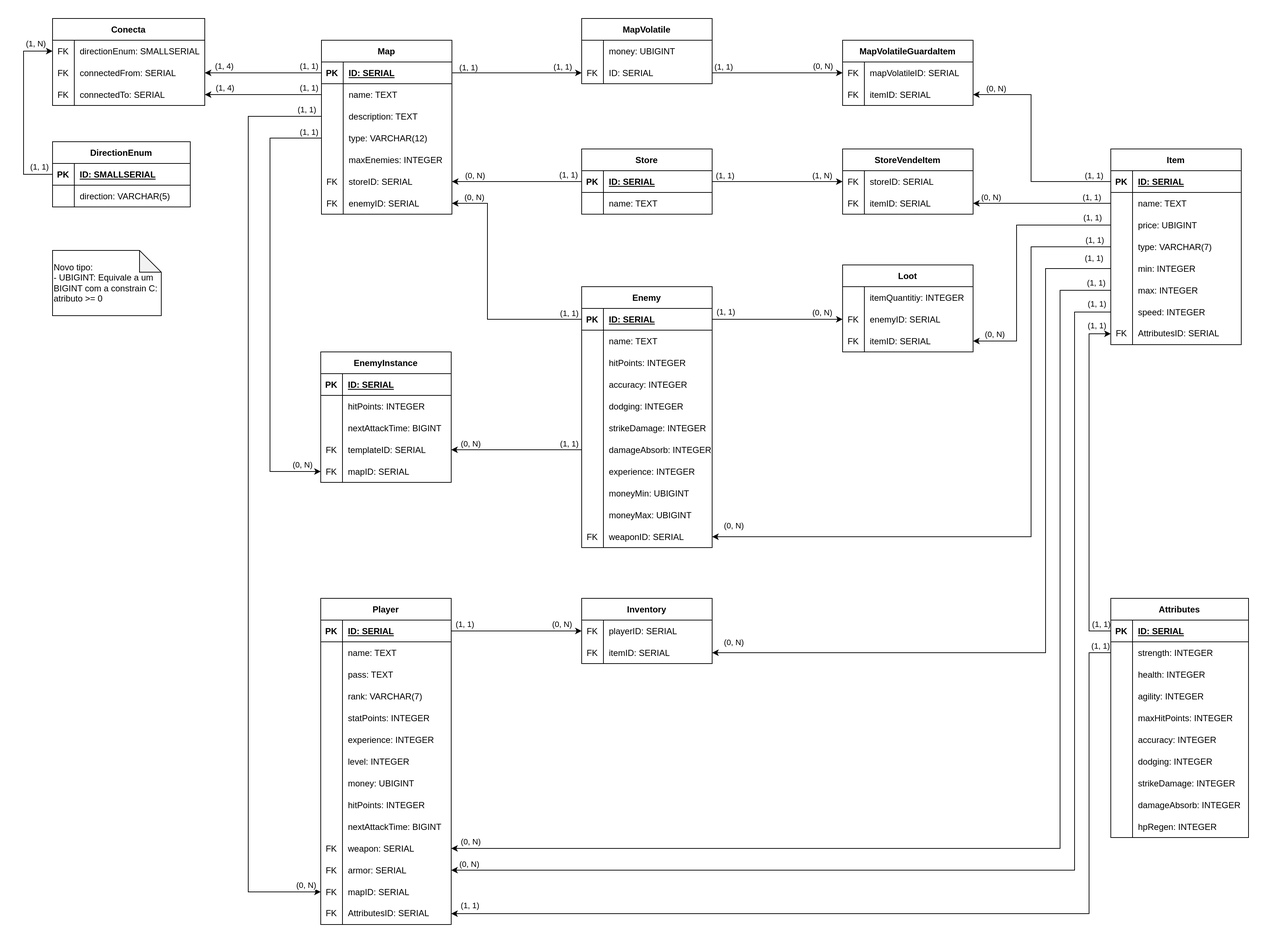
Earlier version of the draw.io export docs/Images/database/DL.png (UnMUD/UnMUD). Source tidied: cells renumbered, new cells last; positions are measured from the earlier drawing's top-left corner, leaving out a move shared by most shapes.
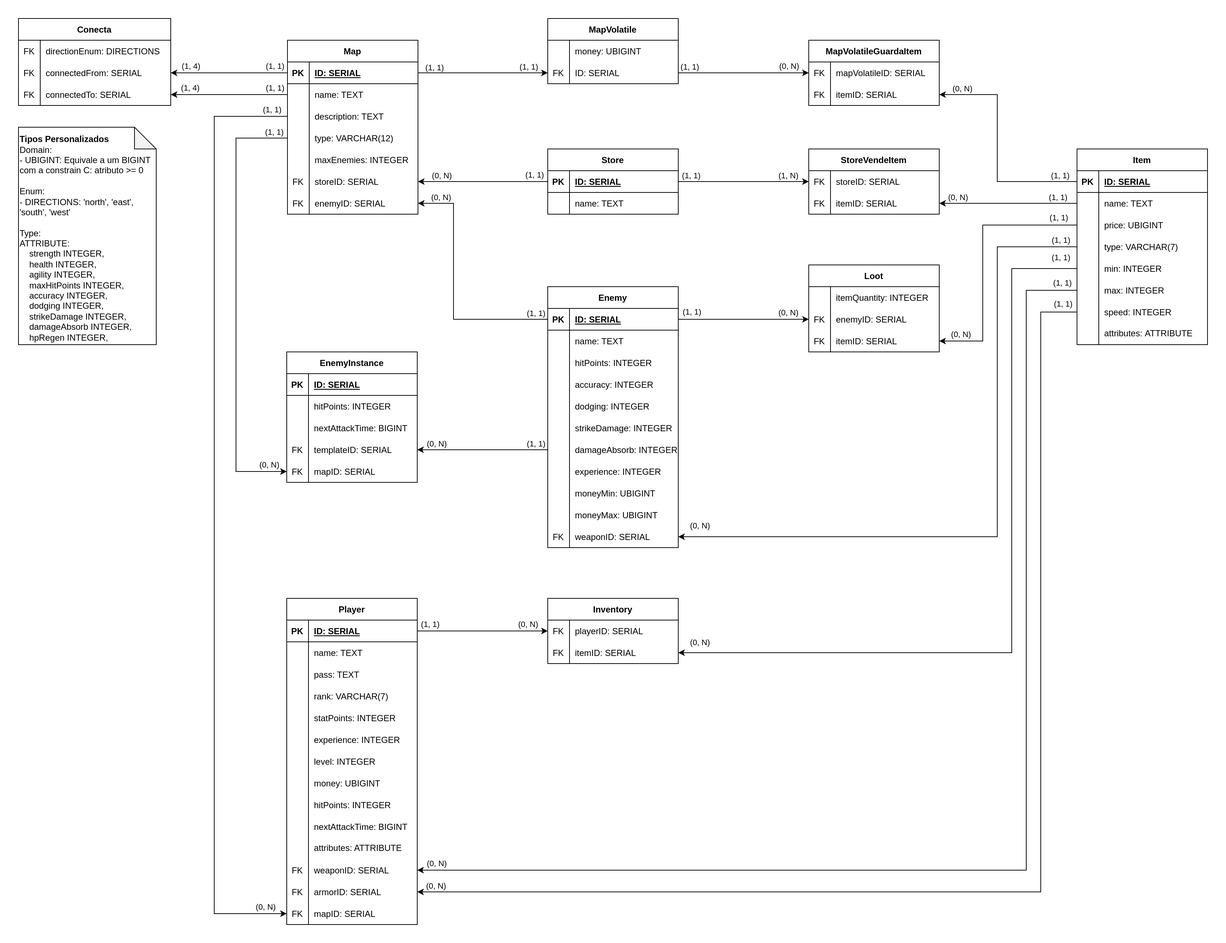
Above is the later version.

Commit message:
#34 - Atualizando DER e DL para adicionar Composite Type e Enum

Diff of the diagram source:
```diff
@@ -160,6 +160,6 @@
     </mxCell>
-    <mxCell id="54" value="FK" style="shape=partialRectangle;fillColor=none;top=0;left=0;bottom=0;right=0;fontStyle=0;overflow=hidden;whiteSpace=wrap;html=1;" parent="53" vertex="1">
+    <mxCell id="54" style="shape=partialRectangle;fillColor=none;top=0;left=0;bottom=0;right=0;fontStyle=0;overflow=hidden;whiteSpace=wrap;html=1;" parent="53" vertex="1">
       <mxGeometry width="30" height="30" as="geometry" />
     </mxCell>
-    <mxCell id="55" value="AttributesID:&amp;nbsp;SERIAL" style="shape=partialRectangle;fillColor=none;top=0;left=0;bottom=0;right=0;align=left;spacingLeft=6;fontStyle=0;overflow=hidden;whiteSpace=wrap;html=1;" parent="53" vertex="1">
+    <mxCell id="55" value="attributes:&amp;nbsp;ATTRIBUTE" style="shape=partialRectangle;fillColor=none;top=0;left=0;bottom=0;right=0;align=left;spacingLeft=6;fontStyle=0;overflow=hidden;whiteSpace=wrap;html=1;" parent="53" vertex="1">
       <mxGeometry x="30" width="150" height="30" as="geometry" />
@@ -325,3 +325,3 @@
     </mxCell>
-    <mxCell id="109" value="itemQuantitiy: INTEGER" style="shape=partialRectangle;fillColor=none;top=0;left=0;bottom=0;right=0;align=left;spacingLeft=6;overflow=hidden;" parent="107" vertex="1">
+    <mxCell id="109" value="itemQuantity: INTEGER" style="shape=partialRectangle;fillColor=none;top=0;left=0;bottom=0;right=0;align=left;spacingLeft=6;overflow=hidden;" parent="107" vertex="1">
       <mxGeometry x="30" width="150" height="30" as="geometry" />
@@ -439,4 +439,13 @@
     </mxCell>
+    <mxCell id="156" style="shape=tableRow;horizontal=0;startSize=0;swimlaneHead=0;swimlaneBody=0;fillColor=none;points=[[0,0.5],[1,0.5]];portConstraint=eastwest;top=0;left=0;right=0;bottom=0;" parent="116" vertex="1">
+      <mxGeometry y="330" width="180" height="30" as="geometry" />
+    </mxCell>
+    <mxCell id="157" style="shape=partialRectangle;fillColor=none;top=0;left=0;bottom=0;right=0;fontStyle=0;overflow=hidden;whiteSpace=wrap;html=1;" parent="156" vertex="1">
+      <mxGeometry width="30" height="30" as="geometry" />
+    </mxCell>
+    <mxCell id="158" value="attributes: ATTRIBUTE" style="shape=partialRectangle;fillColor=none;top=0;left=0;bottom=0;right=0;align=left;spacingLeft=6;fontStyle=0;overflow=hidden;whiteSpace=wrap;html=1;" parent="156" vertex="1">
+      <mxGeometry x="30" width="150" height="30" as="geometry" />
+    </mxCell>
     <mxCell id="147" style="shape=tableRow;horizontal=0;startSize=0;swimlaneHead=0;swimlaneBody=0;fillColor=none;points=[[0,0.5],[1,0.5]];portConstraint=eastwest;top=0;left=0;right=0;bottom=0;" parent="116" vertex="1">
-      <mxGeometry y="330" width="180" height="30" as="geometry" />
+      <mxGeometry y="360" width="180" height="30" as="geometry" />
     </mxCell>
@@ -445,3 +454,3 @@
     </mxCell>
-    <mxCell id="149" value="weapon: SERIAL" style="shape=partialRectangle;fillColor=none;top=0;left=0;bottom=0;right=0;align=left;spacingLeft=6;overflow=hidden;" parent="147" vertex="1">
+    <mxCell id="149" value="weaponID: SERIAL" style="shape=partialRectangle;fillColor=none;top=0;left=0;bottom=0;right=0;align=left;spacingLeft=6;overflow=hidden;" parent="147" vertex="1">
       <mxGeometry x="30" width="150" height="30" as="geometry" />
@@ -449,3 +458,3 @@
     <mxCell id="150" style="shape=tableRow;horizontal=0;startSize=0;swimlaneHead=0;swimlaneBody=0;fillColor=none;points=[[0,0.5],[1,0.5]];portConstraint=eastwest;top=0;left=0;right=0;bottom=0;" parent="116" vertex="1">
-      <mxGeometry y="360" width="180" height="30" as="geometry" />
+      <mxGeometry y="390" width="180" height="30" as="geometry" />
     </mxCell>
@@ -454,3 +463,3 @@
     </mxCell>
-    <mxCell id="152" value="armor: SERIAL" style="shape=partialRectangle;fillColor=none;top=0;left=0;bottom=0;right=0;align=left;spacingLeft=6;overflow=hidden;" parent="150" vertex="1">
+    <mxCell id="152" value="armorID: SERIAL" style="shape=partialRectangle;fillColor=none;top=0;left=0;bottom=0;right=0;align=left;spacingLeft=6;overflow=hidden;" parent="150" vertex="1">
       <mxGeometry x="30" width="150" height="30" as="geometry" />
@@ -458,3 +467,3 @@
     <mxCell id="153" style="shape=tableRow;horizontal=0;startSize=0;swimlaneHead=0;swimlaneBody=0;fillColor=none;points=[[0,0.5],[1,0.5]];portConstraint=eastwest;top=0;left=0;right=0;bottom=0;" parent="116" vertex="1">
-      <mxGeometry y="390" width="180" height="30" as="geometry" />
+      <mxGeometry y="420" width="180" height="30" as="geometry" />
     </mxCell>
@@ -466,11 +475,2 @@
     </mxCell>
-    <mxCell id="156" style="shape=tableRow;horizontal=0;startSize=0;swimlaneHead=0;swimlaneBody=0;fillColor=none;points=[[0,0.5],[1,0.5]];portConstraint=eastwest;top=0;left=0;right=0;bottom=0;" parent="116" vertex="1">
-      <mxGeometry y="420" width="180" height="30" as="geometry" />
-    </mxCell>
-    <mxCell id="157" value="FK" style="shape=partialRectangle;fillColor=none;top=0;left=0;bottom=0;right=0;fontStyle=0;overflow=hidden;whiteSpace=wrap;html=1;" parent="156" vertex="1">
-      <mxGeometry width="30" height="30" as="geometry" />
-    </mxCell>
-    <mxCell id="158" value="AttributesID:&amp;nbsp;SERIAL" style="shape=partialRectangle;fillColor=none;top=0;left=0;bottom=0;right=0;align=left;spacingLeft=6;fontStyle=0;overflow=hidden;whiteSpace=wrap;html=1;" parent="156" vertex="1">
-      <mxGeometry x="30" width="150" height="30" as="geometry" />
-    </mxCell>
     <mxCell id="159" value="Conecta" style="shape=table;startSize=30;rowLines=0;fontStyle=1;align=center;" parent="1" vertex="1">
@@ -484,3 +484,3 @@
     </mxCell>
-    <mxCell id="162" value="directionEnum: SMALLSERIAL" style="shape=partialRectangle;fillColor=none;top=0;left=0;bottom=0;right=0;align=left;spacingLeft=6;overflow=hidden;" parent="160" vertex="1">
+    <mxCell id="162" value="directionEnum: DIRECTIONS" style="shape=partialRectangle;fillColor=none;top=0;left=0;bottom=0;right=0;align=left;spacingLeft=6;overflow=hidden;" parent="160" vertex="1">
       <mxGeometry x="30" width="180" height="30" as="geometry" />
@@ -808,3 +808,3 @@
           <mxPoint x="310" y="135" />
-          <mxPoint x="310" y="1205" />
+          <mxPoint x="310" y="1235" />
         </Array>
@@ -819,3 +819,3 @@
       <mxGeometry x="0.97" y="4" relative="1" as="geometry">
-        <mxPoint y="-6" as="offset" />
+        <mxPoint x="-9" y="-6" as="offset" />
       </mxGeometry>
@@ -826,3 +826,3 @@
           <mxPoint x="1430" y="375" />
-          <mxPoint x="1430" y="1145" />
+          <mxPoint x="1430" y="1175" />
         </Array>
@@ -844,3 +844,3 @@
           <mxPoint x="1450" y="405" />
-          <mxPoint x="1450" y="1175" />
+          <mxPoint x="1450" y="1205" />
         </Array>
@@ -858,158 +858,4 @@
     </mxCell>
-    <mxCell id="249" value="DirectionEnum" style="shape=table;startSize=30;rowLines=0;fontStyle=1;align=center;" parent="1" vertex="1">
-      <mxGeometry x="40" y="170" width="190" height="90" as="geometry" />
-    </mxCell>
-    <mxCell id="250" style="shape=tableRow;horizontal=0;startSize=0;swimlaneHead=0;swimlaneBody=0;fillColor=none;points=[[0,0.5],[1,0.5]];portConstraint=eastwest;top=0;left=0;right=0;bottom=1;" parent="249" vertex="1">
-      <mxGeometry y="30" width="190" height="30" as="geometry" />
-    </mxCell>
-    <mxCell id="251" value="PK" style="shape=partialRectangle;fillColor=none;top=0;left=0;bottom=0;right=0;fontStyle=1;overflow=hidden;" parent="250" vertex="1">
-      <mxGeometry width="30" height="30" as="geometry" />
-    </mxCell>
-    <mxCell id="252" value="ID: SMALLSERIAL" style="shape=partialRectangle;fillColor=none;top=0;left=0;bottom=0;right=0;align=left;spacingLeft=6;fontStyle=5;overflow=hidden;" parent="250" vertex="1">
-      <mxGeometry x="30" width="160" height="30" as="geometry" />
-    </mxCell>
-    <mxCell id="253" style="shape=tableRow;horizontal=0;startSize=0;swimlaneHead=0;swimlaneBody=0;fillColor=none;top=0;left=0;right=0;bottom=0;" parent="249" vertex="1">
-      <mxGeometry y="60" width="190" height="30" as="geometry" />
-    </mxCell>
-    <mxCell id="254" style="shape=partialRectangle;fillColor=none;top=0;left=0;bottom=0;right=0;overflow=hidden;" parent="253" vertex="1">
-      <mxGeometry width="30" height="30" as="geometry" />
-    </mxCell>
-    <mxCell id="255" value="direction: VARCHAR(5)" style="shape=partialRectangle;fillColor=none;top=0;left=0;bottom=0;right=0;align=left;spacingLeft=6;overflow=hidden;" parent="253" vertex="1">
-      <mxGeometry x="30" width="160" height="30" as="geometry" />
-    </mxCell>
-    <mxCell id="256" style="edgeStyle=orthogonalEdgeStyle;rounded=0;jettySize=auto;html=1;exitX=0;exitY=0.5;exitDx=0;exitDy=0;entryX=0;entryY=0.5;entryDx=0;entryDy=0;" parent="1" edge="1" source="250" target="160">
-      <mxGeometry relative="1" as="geometry">
-        <Array as="points">
-          <mxPoint y="215" />
-          <mxPoint y="45" />
-        </Array>
-      </mxGeometry>
-    </mxCell>
-    <mxCell id="257" value="(1, 1)" style="edgeLabel;html=1;align=center;verticalAlign=middle;" parent="256" vertex="1">
-      <mxGeometry x="-0.91" y="-1" relative="1" as="geometry">
-        <mxPoint x="-7" y="-10" as="offset" />
-      </mxGeometry>
-    </mxCell>
-    <mxCell id="258" value="(1, N)" style="edgeLabel;html=1;align=center;verticalAlign=middle;" parent="256" vertex="1">
-      <mxGeometry x="0.79" y="-1" relative="1" as="geometry">
-        <mxPoint x="3" y="-12" as="offset" />
-      </mxGeometry>
-    </mxCell>
-    <mxCell id="259" value="Attributes" style="shape=table;startSize=30;rowLines=0;fontStyle=1;align=center;" parent="1" vertex="1">
-      <mxGeometry x="1500" y="800" width="190" height="330" as="geometry" />
-    </mxCell>
-    <mxCell id="260" style="shape=tableRow;horizontal=0;startSize=0;swimlaneHead=0;swimlaneBody=0;fillColor=none;points=[[0,0.5],[1,0.5]];portConstraint=eastwest;top=0;left=0;right=0;bottom=1;" parent="259" vertex="1">
-      <mxGeometry y="30" width="190" height="30" as="geometry" />
-    </mxCell>
-    <mxCell id="261" value="PK" style="shape=partialRectangle;fillColor=none;top=0;left=0;bottom=0;right=0;fontStyle=1;overflow=hidden;" parent="260" vertex="1">
-      <mxGeometry width="30" height="30" as="geometry" />
-    </mxCell>
-    <mxCell id="262" value="ID: SERIAL" style="shape=partialRectangle;fillColor=none;top=0;left=0;bottom=0;right=0;align=left;spacingLeft=6;fontStyle=5;overflow=hidden;" parent="260" vertex="1">
-      <mxGeometry x="30" width="160" height="30" as="geometry" />
-    </mxCell>
-    <mxCell id="263" style="shape=tableRow;horizontal=0;startSize=0;swimlaneHead=0;swimlaneBody=0;fillColor=none;points=[[0,0.5],[1,0.5]];portConstraint=eastwest;top=0;left=0;right=0;bottom=0;" parent="259" vertex="1">
-      <mxGeometry y="60" width="190" height="30" as="geometry" />
-    </mxCell>
-    <mxCell id="264" style="shape=partialRectangle;fillColor=none;top=0;left=0;bottom=0;right=0;overflow=hidden;" parent="263" vertex="1">
-      <mxGeometry width="30" height="30" as="geometry" />
-    </mxCell>
-    <mxCell id="265" value="strength: INTEGER" style="shape=partialRectangle;fillColor=none;top=0;left=0;bottom=0;right=0;align=left;spacingLeft=6;overflow=hidden;" parent="263" vertex="1">
-      <mxGeometry x="30" width="160" height="30" as="geometry" />
-    </mxCell>
-    <mxCell id="266" style="shape=tableRow;horizontal=0;startSize=0;swimlaneHead=0;swimlaneBody=0;fillColor=none;top=0;left=0;right=0;bottom=0;" parent="259" vertex="1">
-      <mxGeometry y="90" width="190" height="30" as="geometry" />
-    </mxCell>
-    <mxCell id="267" style="shape=partialRectangle;fillColor=none;top=0;left=0;bottom=0;right=0;overflow=hidden;" parent="266" vertex="1">
-      <mxGeometry width="30" height="30" as="geometry" />
-    </mxCell>
-    <mxCell id="268" value="health: INTEGER" style="shape=partialRectangle;fillColor=none;top=0;left=0;bottom=0;right=0;align=left;spacingLeft=6;overflow=hidden;" parent="266" vertex="1">
-      <mxGeometry x="30" width="160" height="30" as="geometry" />
-    </mxCell>
-    <mxCell id="269" style="shape=tableRow;horizontal=0;startSize=0;swimlaneHead=0;swimlaneBody=0;fillColor=none;top=0;left=0;right=0;bottom=0;" parent="259" vertex="1">
-      <mxGeometry y="120" width="190" height="30" as="geometry" />
-    </mxCell>
-    <mxCell id="270" style="shape=partialRectangle;fillColor=none;top=0;left=0;bottom=0;right=0;overflow=hidden;" parent="269" vertex="1">
-      <mxGeometry width="30" height="30" as="geometry" />
-    </mxCell>
-    <mxCell id="271" value="agility: INTEGER" style="shape=partialRectangle;fillColor=none;top=0;left=0;bottom=0;right=0;align=left;spacingLeft=6;overflow=hidden;" parent="269" vertex="1">
-      <mxGeometry x="30" width="160" height="30" as="geometry" />
-    </mxCell>
-    <mxCell id="272" style="shape=tableRow;horizontal=0;startSize=0;swimlaneHead=0;swimlaneBody=0;fillColor=none;top=0;left=0;right=0;bottom=0;" parent="259" vertex="1">
-      <mxGeometry y="150" width="190" height="30" as="geometry" />
-    </mxCell>
-    <mxCell id="273" style="shape=partialRectangle;fillColor=none;top=0;left=0;bottom=0;right=0;overflow=hidden;" parent="272" vertex="1">
-      <mxGeometry width="30" height="30" as="geometry" />
-    </mxCell>
-    <mxCell id="274" value="maxHitPoints: INTEGER" style="shape=partialRectangle;fillColor=none;top=0;left=0;bottom=0;right=0;align=left;spacingLeft=6;overflow=hidden;" parent="272" vertex="1">
-      <mxGeometry x="30" width="160" height="30" as="geometry" />
-    </mxCell>
-    <mxCell id="275" style="shape=tableRow;horizontal=0;startSize=0;swimlaneHead=0;swimlaneBody=0;fillColor=none;top=0;left=0;right=0;bottom=0;" parent="259" vertex="1">
-      <mxGeometry y="180" width="190" height="30" as="geometry" />
-    </mxCell>
-    <mxCell id="276" style="shape=partialRectangle;fillColor=none;top=0;left=0;bottom=0;right=0;overflow=hidden;" parent="275" vertex="1">
-      <mxGeometry width="30" height="30" as="geometry" />
-    </mxCell>
-    <mxCell id="277" value="accuracy: INTEGER" style="shape=partialRectangle;fillColor=none;top=0;left=0;bottom=0;right=0;align=left;spacingLeft=6;overflow=hidden;" parent="275" vertex="1">
-      <mxGeometry x="30" width="160" height="30" as="geometry" />
-    </mxCell>
-    <mxCell id="278" style="shape=tableRow;horizontal=0;startSize=0;swimlaneHead=0;swimlaneBody=0;fillColor=none;top=0;left=0;right=0;bottom=0;" parent="259" vertex="1">
-      <mxGeometry y="210" width="190" height="30" as="geometry" />
-    </mxCell>
-    <mxCell id="279" style="shape=partialRectangle;fillColor=none;top=0;left=0;bottom=0;right=0;overflow=hidden;" parent="278" vertex="1">
-      <mxGeometry width="30" height="30" as="geometry" />
-    </mxCell>
-    <mxCell id="280" value="dodging: INTEGER" style="shape=partialRectangle;fillColor=none;top=0;left=0;bottom=0;right=0;align=left;spacingLeft=6;overflow=hidden;" parent="278" vertex="1">
-      <mxGeometry x="30" width="160" height="30" as="geometry" />
-    </mxCell>
-    <mxCell id="281" style="shape=tableRow;horizontal=0;startSize=0;swimlaneHead=0;swimlaneBody=0;fillColor=none;top=0;left=0;right=0;bottom=0;" parent="259" vertex="1">
-      <mxGeometry y="240" width="190" height="30" as="geometry" />
-    </mxCell>
-    <mxCell id="282" style="shape=partialRectangle;fillColor=none;top=0;left=0;bottom=0;right=0;overflow=hidden;" parent="281" vertex="1">
-      <mxGeometry width="30" height="30" as="geometry" />
-    </mxCell>
-    <mxCell id="283" value="strikeDamage: INTEGER" style="shape=partialRectangle;fillColor=none;top=0;left=0;bottom=0;right=0;align=left;spacingLeft=6;overflow=hidden;" parent="281" vertex="1">
-      <mxGeometry x="30" width="160" height="30" as="geometry" />
-    </mxCell>
-    <mxCell id="284" style="shape=tableRow;horizontal=0;startSize=0;swimlaneHead=0;swimlaneBody=0;fillColor=none;top=0;left=0;right=0;bottom=0;" parent="259" vertex="1">
-      <mxGeometry y="270" width="190" height="30" as="geometry" />
-    </mxCell>
-    <mxCell id="285" style="shape=partialRectangle;fillColor=none;top=0;left=0;bottom=0;right=0;overflow=hidden;" parent="284" vertex="1">
-      <mxGeometry width="30" height="30" as="geometry" />
-    </mxCell>
-    <mxCell id="286" value="damageAbsorb: INTEGER" style="shape=partialRectangle;fillColor=none;top=0;left=0;bottom=0;right=0;align=left;spacingLeft=6;overflow=hidden;" parent="284" vertex="1">
-      <mxGeometry x="30" width="160" height="30" as="geometry" />
-    </mxCell>
-    <mxCell id="287" style="shape=tableRow;horizontal=0;startSize=0;swimlaneHead=0;swimlaneBody=0;fillColor=none;top=0;left=0;right=0;bottom=0;" parent="259" vertex="1">
-      <mxGeometry y="300" width="190" height="30" as="geometry" />
-    </mxCell>
-    <mxCell id="288" style="shape=partialRectangle;fillColor=none;top=0;left=0;bottom=0;right=0;overflow=hidden;" parent="287" vertex="1">
-      <mxGeometry width="30" height="30" as="geometry" />
-    </mxCell>
-    <mxCell id="289" value="hpRegen: INTEGER" style="shape=partialRectangle;fillColor=none;top=0;left=0;bottom=0;right=0;align=left;spacingLeft=6;overflow=hidden;" parent="287" vertex="1">
-      <mxGeometry x="30" width="160" height="30" as="geometry" />
-    </mxCell>
-    <mxCell id="290" value="(1, 1)" style="edgeStyle=orthogonalEdgeStyle;rounded=0;jettySize=auto;html=1;exitX=0;exitY=0.5;exitDx=0;exitDy=0;entryX=0;entryY=0.5;entryDx=0;entryDy=0;" parent="1" edge="1" source="260" target="53">
-      <mxGeometry x="0.92" y="11" relative="1" as="geometry">
-        <Array as="points">
-          <mxPoint x="1470" y="845" />
-          <mxPoint x="1470" y="435" />
-        </Array>
-      </mxGeometry>
-    </mxCell>
-    <mxCell id="291" value="(1, 1)" style="edgeStyle=orthogonalEdgeStyle;rounded=0;jettySize=auto;html=1;exitX=0;exitY=0.5;exitDx=0;exitDy=0;entryX=1;entryY=0.5;entryDx=0;entryDy=0;" parent="1" edge="1" source="263" target="156">
-      <mxGeometry x="0.96" y="-11" relative="1" as="geometry">
-        <Array as="points">
-          <mxPoint x="1470" y="875" />
-          <mxPoint x="1470" y="1235" />
-        </Array>
-      </mxGeometry>
-    </mxCell>
-    <mxCell id="292" value="(1, 1)" style="edgeLabel;html=1;align=center;verticalAlign=middle;" parent="1" vertex="1">
-      <mxGeometry x="1486" y="835" as="geometry" />
-    </mxCell>
-    <mxCell id="293" value="(1, 1)" style="edgeLabel;html=1;align=center;verticalAlign=middle;" parent="1" vertex="1">
-      <mxGeometry x="1485" y="865" as="geometry" />
-    </mxCell>
-    <mxCell id="294" value="Novo tipo:&lt;br&gt;- UBIGINT: Equivale a um BIGINT com a constrain C: atributo &amp;gt;= 0" style="shape=note;whiteSpace=wrap;html=1;backgroundOutline=1;darkOpacity=0.05;verticalAlign=middle;align=left;" parent="1" vertex="1">
-      <mxGeometry x="40" y="320" width="150" height="90" as="geometry" />
+    <mxCell id="294" value="&lt;b&gt;Tipos Personalizados&lt;/b&gt;&lt;br&gt;Domain:&lt;br&gt;- UBIGINT: Equivale a um BIGINT com a constrain C: atributo &amp;gt;= 0&lt;br&gt;&lt;br&gt;Enum:&lt;br&gt;- DIRECTIONS: 'north', 'east', 'south', 'west'&lt;br&gt;&lt;br&gt;Type:&lt;br&gt;ATTRIBUTE:&lt;br&gt;&lt;span style=&quot;&quot;&gt;&lt;span style=&quot;&quot;&gt;&amp;nbsp;&amp;nbsp;&amp;nbsp;&amp;nbsp;&lt;/span&gt;&lt;/span&gt;strength INTEGER,&lt;div&gt;&amp;nbsp; &amp;nbsp; health INTEGER,&lt;/div&gt;&lt;div&gt;&amp;nbsp; &amp;nbsp; agility INTEGER,&lt;/div&gt;&lt;div&gt;&amp;nbsp; &amp;nbsp; maxHitPoints INTEGER,&lt;/div&gt;&lt;div&gt;&amp;nbsp; &amp;nbsp; accuracy INTEGER,&lt;/div&gt;&lt;div&gt;&amp;nbsp; &amp;nbsp; dodging INTEGER,&lt;/div&gt;&lt;div&gt;&amp;nbsp; &amp;nbsp; strikeDamage INTEGER,&lt;/div&gt;&lt;div&gt;&amp;nbsp; &amp;nbsp; damageAbsorb INTEGER,&lt;/div&gt;&lt;div&gt;&amp;nbsp; &amp;nbsp; hpRegen INTEGER,&lt;/div&gt;" style="shape=note;whiteSpace=wrap;html=1;backgroundOutline=1;darkOpacity=0.05;verticalAlign=bottom;align=left;" parent="1" vertex="1">
+      <mxGeometry x="40" y="150" width="190" height="300" as="geometry" />
     </mxCell>
```
